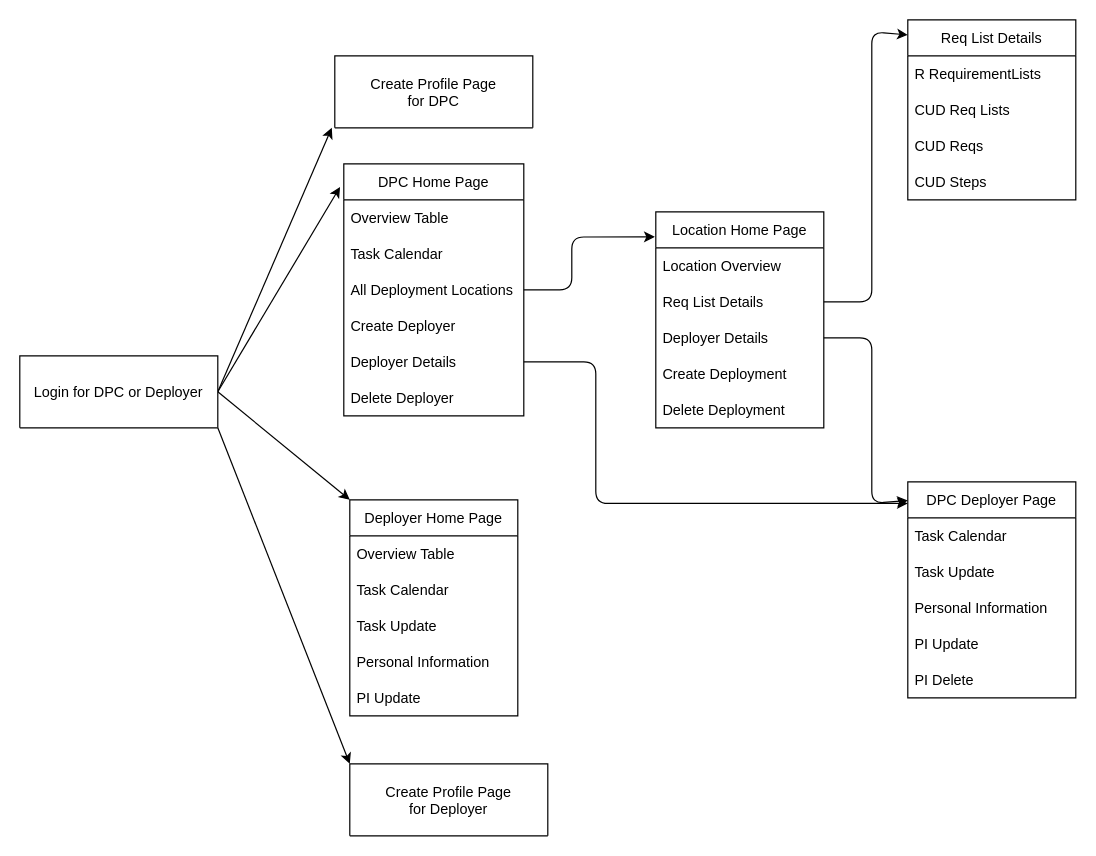
The draw.io diagram Components.drawio in wmalott23/Capstone, before the edit. Source tidied: cells renumbered, new cells numbered last; positions are measured from the earlier drawing's top-left corner, leaving out a move shared by most shapes. Both pictures are drawn from the tidied source at 120%, with x=0, y=0 at pixel (19, 19).
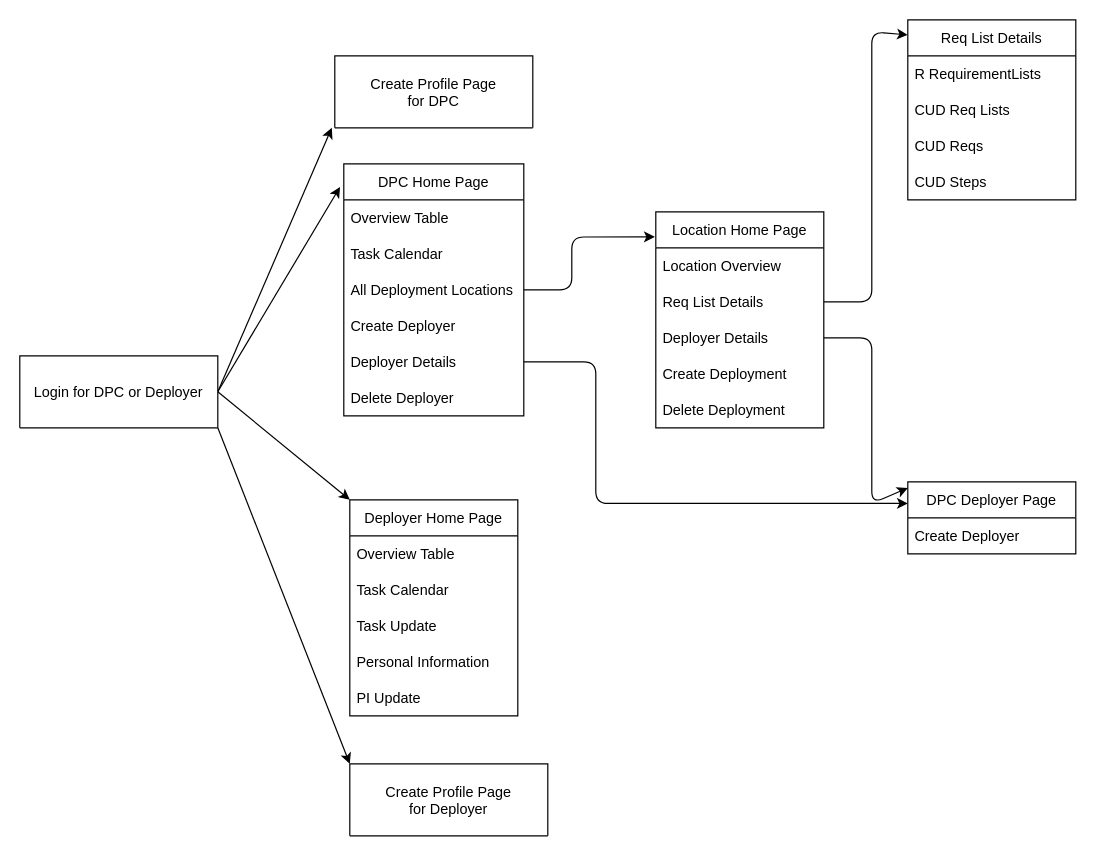
The same page after the edit.

Diff of the diagram source:
```diff
@@
     <mxCell id="28" value="DPC Deployer Page" style="swimlane;fontStyle=0;horizontal=1;startSize=30;" parent="1" vertex="1">
-      <mxGeometry x="740" y="385" width="140" height="180" as="geometry" />
+      <mxGeometry x="740" y="385" width="140" height="60" as="geometry" />
     </mxCell>
-    <mxCell id="29" value="Task Calendar" style="text;strokeColor=none;fillColor=none;align=left;verticalAlign=middle;spacingLeft=4;spacingRight=4;overflow=hidden;" parent="28" vertex="1">
-      <mxGeometry y="30" width="140" height="30" as="geometry" />
-    </mxCell>
-    <mxCell id="30" value="Task Update" style="text;strokeColor=none;fillColor=none;align=left;verticalAlign=middle;spacingLeft=4;spacingRight=4;overflow=hidden;" parent="28" vertex="1">
-      <mxGeometry y="60" width="140" height="30" as="geometry" />
-    </mxCell>
-    <mxCell id="31" value="Personal Information" style="text;strokeColor=none;fillColor=none;align=left;verticalAlign=middle;spacingLeft=4;spacingRight=4;overflow=hidden;" parent="28" vertex="1">
-      <mxGeometry y="90" width="140" height="30" as="geometry" />
+    <mxCell id="31" value="Create Deployer" style="text;strokeColor=none;fillColor=none;align=left;verticalAlign=middle;spacingLeft=4;spacingRight=4;overflow=hidden;" parent="28" vertex="1">
+      <mxGeometry y="30" width="140" height="30" as="geometry" />
     </mxCell>
-    <mxCell id="32" value="PI Update" style="text;strokeColor=none;fillColor=none;align=left;verticalAlign=middle;spacingLeft=4;spacingRight=4;overflow=hidden;" parent="28" vertex="1">
-      <mxGeometry y="120" width="140" height="30" as="geometry" />
-    </mxCell>
-    <mxCell id="33" value="PI Delete" style="text;strokeColor=none;fillColor=none;align=left;verticalAlign=middle;spacingLeft=4;spacingRight=4;overflow=hidden;" parent="28" vertex="1">
-      <mxGeometry y="150" width="140" height="30" as="geometry" />
-    </mxCell>
```
